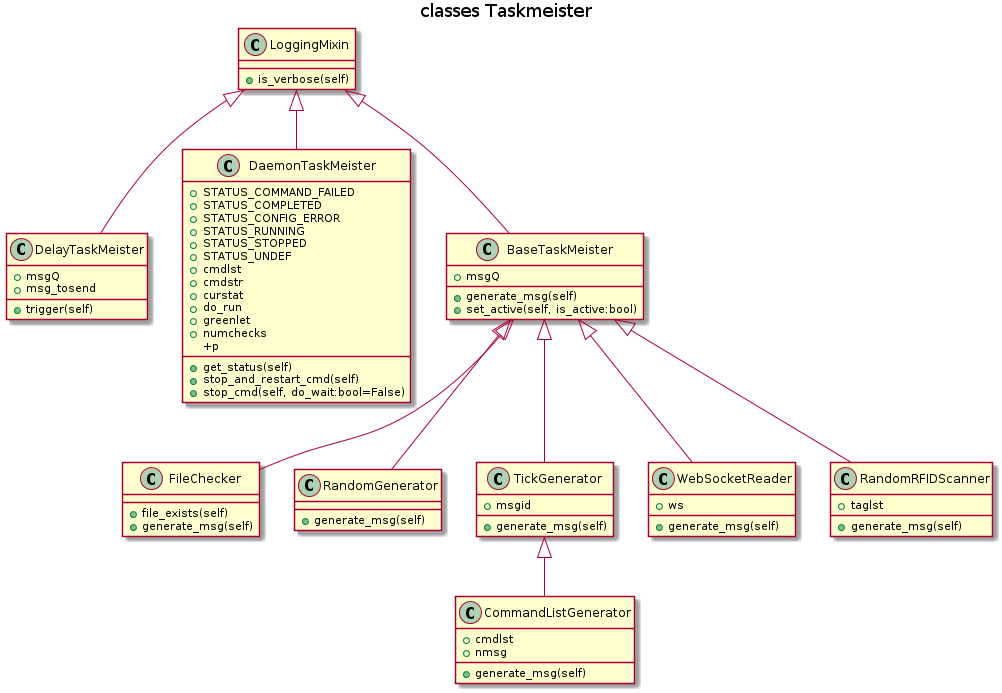
The PlantUML diagram stocky-devel/stocky/docs/source/uml_images/classes_Taskmeister_classes.png in cfe-lab/stocky, before a commit.
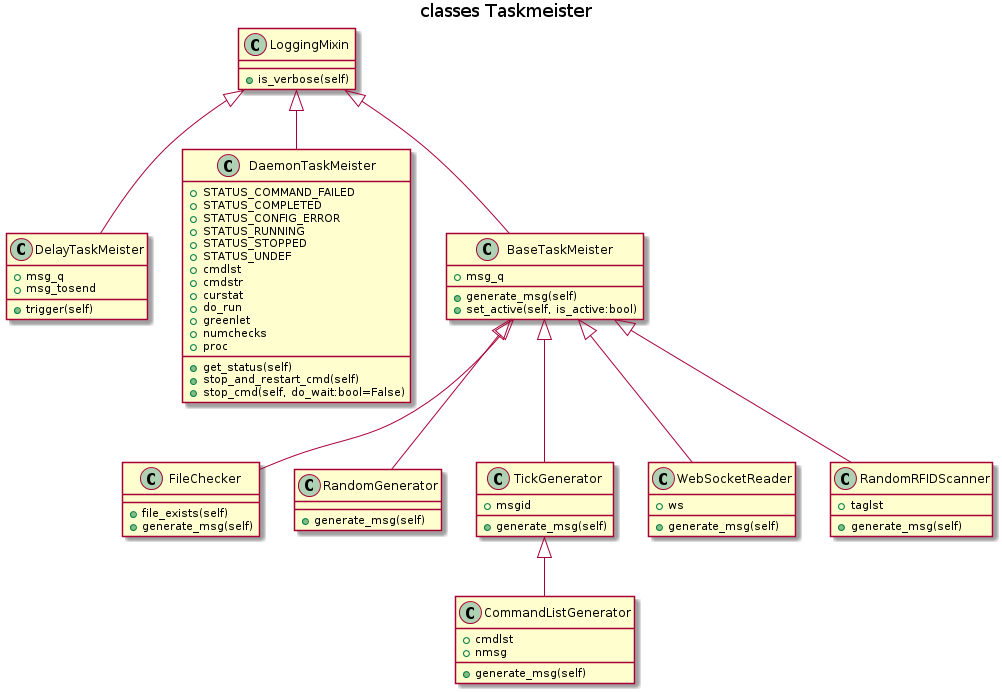
Above is the later version.

Change to the diagram source:
```diff
@@ -4,7 +4,7 @@
     +is_verbose(self)
 }
 class DelayTaskMeister {
-    +msgQ
+    +msg_q
     +msg_tosend
     +trigger(self)
 }
@@ -21,13 +21,13 @@
     +do_run
     +greenlet
     +numchecks
-    +p
+    +proc
     +get_status(self)
     +stop_and_restart_cmd(self)
     +stop_cmd(self, do_wait:bool=False)
 }
 class BaseTaskMeister {
-    +msgQ
+    +msg_q
     +generate_msg(self)
     +set_active(self, is_active:bool)
 }
```
